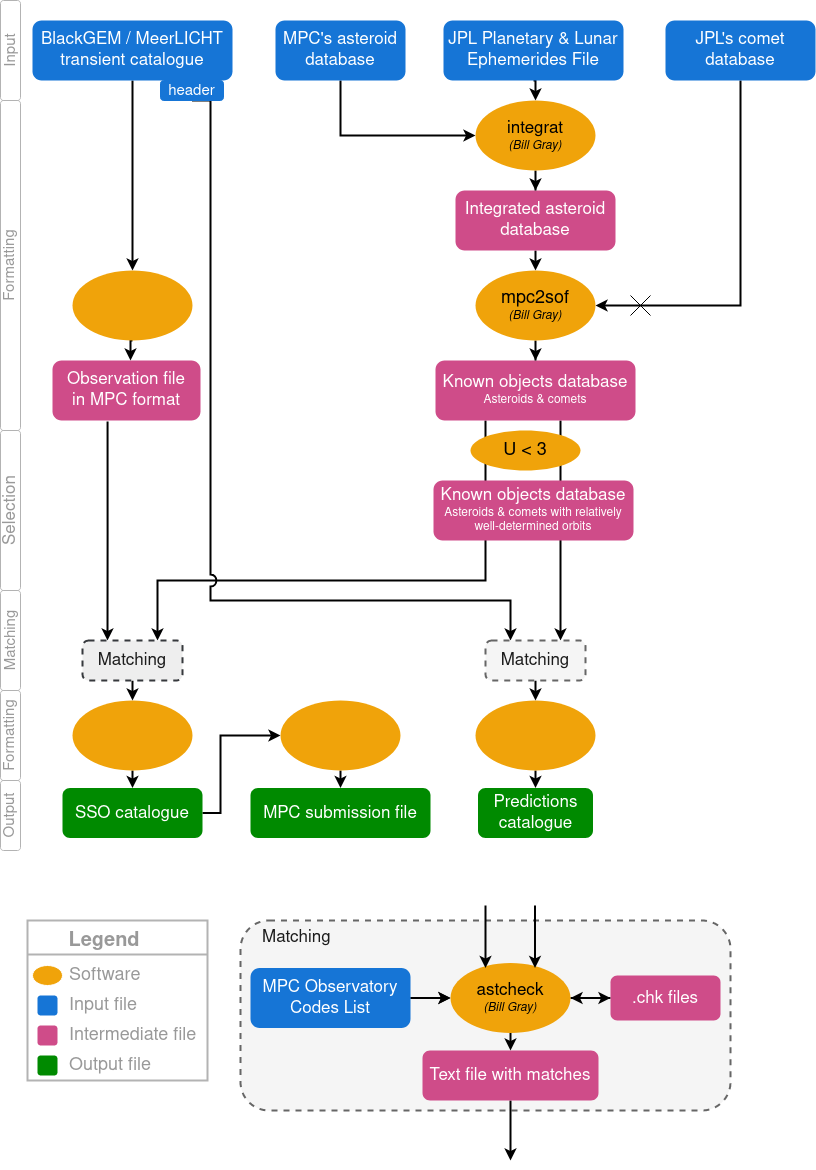
Earlier version of the draw.io export match2SSO_flow.png (dpieterse/match2SSO). Source tidied: cells renumbered, new cells last; positions are measured from the earlier drawing's top-left corner, leaving out a move shared by most shapes.
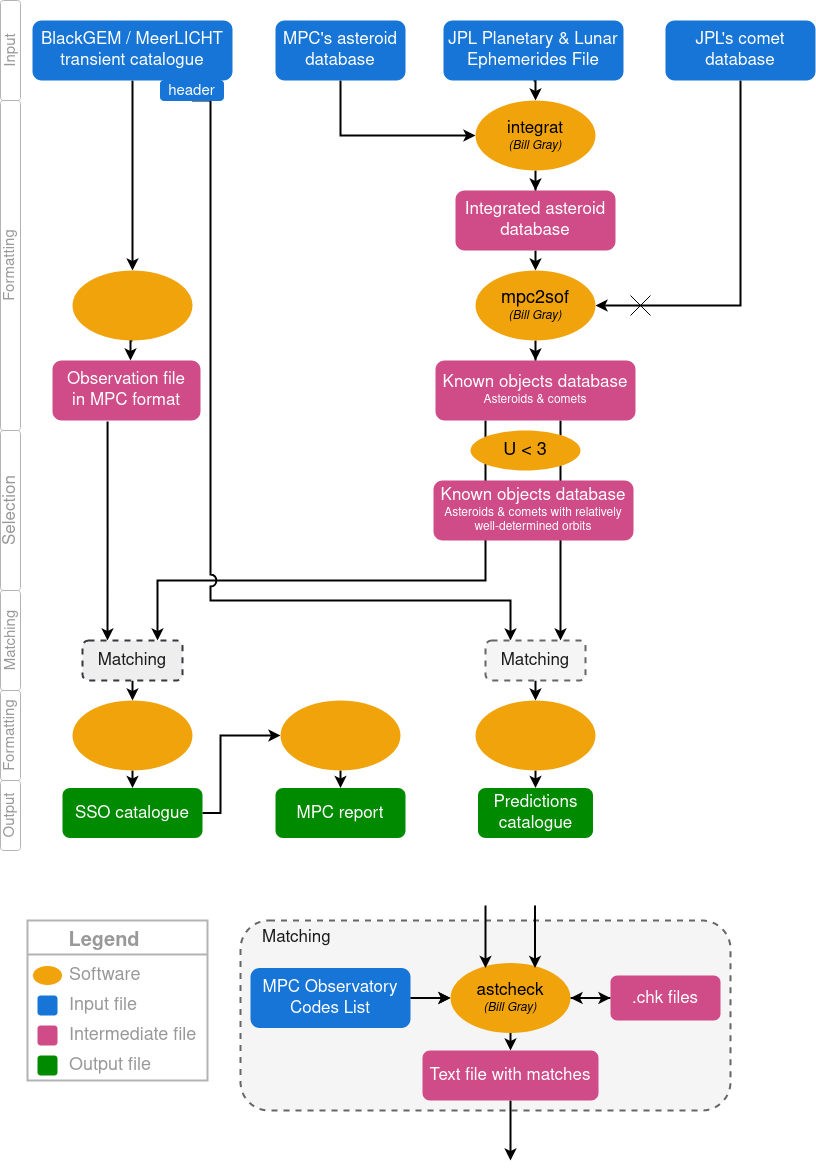
Later version of the same file.

Commit message:
Changed wording from 'MPC submission file' to 'MPC report' for clarity

What changed in the source:
```diff
@@ -113,8 +113,8 @@
     <mxCell id="30" style="edgeStyle=orthogonalEdgeStyle;rounded=0;jettySize=auto;html=1;fontSize=17;fontColor=#999999;strokeWidth=2;entryX=0.5;entryY=0;entryDx=0;entryDy=0;exitX=0.5;exitY=1;exitDx=0;exitDy=0;" parent="1" edge="1" source="51" target="31">
       <mxGeometry relative="1" as="geometry" />
     </mxCell>
-    <mxCell id="31" value="MPC submission file" style="rounded=1;whiteSpace=wrap;html=1;fontSize=17;glass=0;strokeWidth=1;shadow=0;fillColor=#008a00;fontColor=#ffffff;strokeColor=none;" parent="1" vertex="1">
-      <mxGeometry x="250" y="787.5" width="180" height="50" as="geometry" />
+    <mxCell id="31" value="MPC report" style="rounded=1;whiteSpace=wrap;html=1;fontSize=17;glass=0;strokeWidth=1;shadow=0;fillColor=#008a00;fontColor=#ffffff;strokeColor=none;" parent="1" vertex="1">
+      <mxGeometry x="275" y="787.5" width="130" height="50" as="geometry" />
     </mxCell>
     <mxCell id="32" style="edgeStyle=orthogonalEdgeStyle;rounded=0;jettySize=auto;html=1;fontSize=17;fontColor=#999999;strokeWidth=2;" parent="1" edge="1" source="33" target="12">
       <mxGeometry relative="1" as="geometry" />
```
